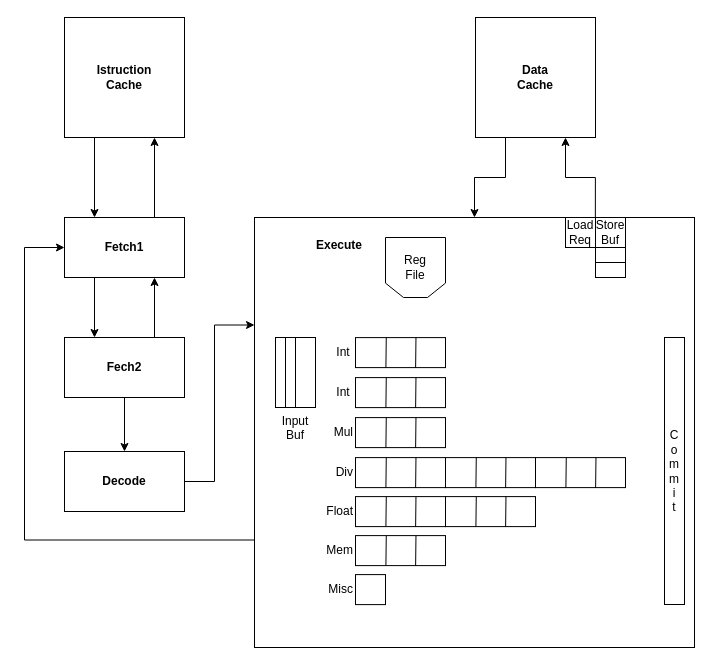
Earlier version of the draw.io diagram Diagrammi/MinorArmIntOp.drawio (The90Frank/MinorArmAnalyzer). Source tidied: cells renumbered, new cells numbered last; positions are measured from the earlier drawing's top-left corner, leaving out a move shared by most shapes. Both pictures are drawn from the tidied source at 100%, with x=0, y=0 at pixel (24, 17).
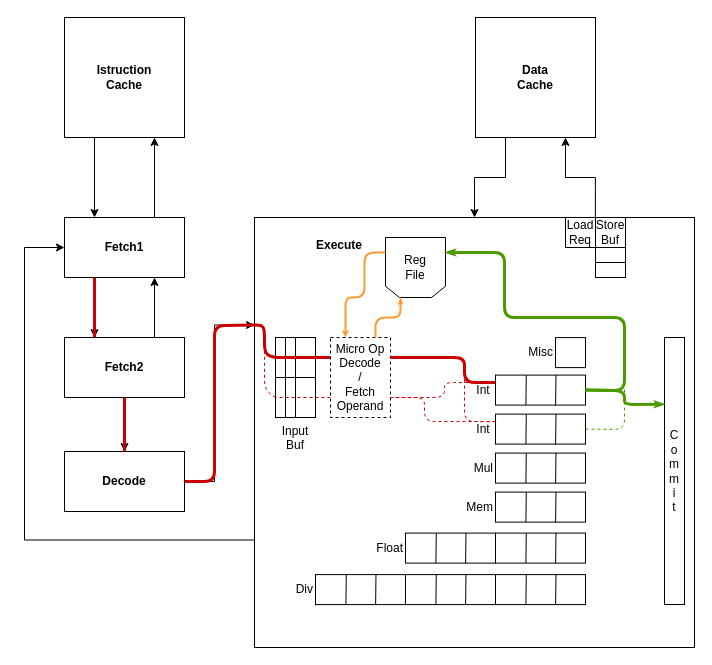
The same page after the edit.

Unchanged cells that the change refers to:
```xml
<mxCell id="11" value="&lt;span&gt;Decode&lt;/span&gt;" style="rounded=0;whiteSpace=wrap;html=1;fontStyle=1;" parent="1" vertex="1">
  <mxGeometry x="40" y="434" width="120" height="60" as="geometry" />
</mxCell>
<mxCell id="14" value="&amp;nbsp; &amp;nbsp; &amp;nbsp; &amp;nbsp; &amp;nbsp; &lt;br&gt;&amp;nbsp; &amp;nbsp; &amp;nbsp; &amp;nbsp; &amp;nbsp; &amp;nbsp; &amp;nbsp; &amp;nbsp; &amp;nbsp; &lt;b&gt;Execute&lt;/b&gt;" style="rounded=0;whiteSpace=wrap;html=1;verticalAlign=top;labelPosition=center;verticalLabelPosition=middle;align=left;" parent="1" vertex="1">
  <mxGeometry x="230" y="200" width="440" height="430" as="geometry" />
</mxCell>
<mxCell id="55" value="C&lt;br&gt;o&lt;br&gt;m&lt;br&gt;m&lt;br&gt;i&lt;br&gt;t" style="rounded=0;whiteSpace=wrap;html=1;align=center;" parent="1" vertex="1">
  <mxGeometry x="640" y="320" width="20" height="267" as="geometry" />
</mxCell>
```

The edit, as a diff of the source:
```diff
@@
-    <mxCell id="9" value="Fech2" style="rounded=0;whiteSpace=wrap;html=1;fontStyle=1;" parent="1" vertex="1">
+    <mxCell id="9" value="Fetch2" style="rounded=0;whiteSpace=wrap;html=1;fontStyle=1;" parent="1" vertex="1">
       <mxGeometry x="40" y="320" width="120" height="60" as="geometry" />
     </mxCell>
@@
-    <mxCell id="17" value="Int&amp;nbsp;" style="rounded=0;whiteSpace=wrap;html=1;align=right;labelPosition=left;verticalLabelPosition=middle;verticalAlign=middle;" parent="1" vertex="1">
-      <mxGeometry x="331" y="320.1" width="90" height="30" as="geometry" />
-    </mxCell>
-    <mxCell id="18" style="endArrow=none;html=1;exitX=0.338;exitY=0.997;exitDx=0;exitDy=0;exitPerimeter=0;entryX=0.342;entryY=0.003;entryDx=0;entryDy=0;entryPerimeter=0;" parent="1" edge="1" source="17" target="17">
-      <mxGeometry relative="1" as="geometry" />
-    </mxCell>
-    <mxCell id="19" style="endArrow=none;html=1;exitX=0.668;exitY=1.01;exitDx=0;exitDy=0;exitPerimeter=0;entryX=0.672;entryY=-0.003;entryDx=0;entryDy=0;entryPerimeter=0;" parent="1" edge="1" source="17" target="17">
-      <mxGeometry relative="1" as="geometry" />
-    </mxCell>
     <mxCell id="20" value="Int&amp;nbsp;" style="rounded=0;whiteSpace=wrap;html=1;align=right;labelPosition=left;verticalLabelPosition=middle;verticalAlign=middle;" parent="1" vertex="1">
-      <mxGeometry x="331" y="360.1" width="90" height="30" as="geometry" />
+      <mxGeometry x="471" y="396.6" width="90" height="30" as="geometry" />
     </mxCell>
@@
     <mxCell id="23" value="Mul" style="rounded=0;whiteSpace=wrap;html=1;align=right;labelPosition=left;verticalLabelPosition=middle;verticalAlign=middle;" parent="1" vertex="1">
-      <mxGeometry x="331" y="400.1" width="90" height="30" as="geometry" />
+      <mxGeometry x="471" y="435.6" width="90" height="30" as="geometry" />
     </mxCell>
@@
     <mxCell id="26" value="Div" style="rounded=0;whiteSpace=wrap;html=1;align=right;labelPosition=left;verticalLabelPosition=middle;verticalAlign=middle;" parent="1" vertex="1">
-      <mxGeometry x="331" y="440.1" width="90" height="30" as="geometry" />
+      <mxGeometry x="291" y="557.1" width="90" height="30" as="geometry" />
     </mxCell>
@@
     <mxCell id="29" style="rounded=0;whiteSpace=wrap;html=1;align=right;labelPosition=left;verticalLabelPosition=middle;verticalAlign=middle;" parent="1" vertex="1">
-      <mxGeometry x="421" y="440.1" width="90" height="30" as="geometry" />
+      <mxGeometry x="381" y="557.1" width="90" height="30" as="geometry" />
     </mxCell>
@@
     <mxCell id="32" style="rounded=0;whiteSpace=wrap;html=1;align=right;labelPosition=left;verticalLabelPosition=middle;verticalAlign=middle;" parent="1" vertex="1">
-      <mxGeometry x="511" y="440.1" width="90" height="30" as="geometry" />
+      <mxGeometry x="471" y="557.1" width="90" height="30" as="geometry" />
     </mxCell>
@@
     <mxCell id="35" value="Float" style="rounded=0;whiteSpace=wrap;html=1;align=right;labelPosition=left;verticalLabelPosition=middle;verticalAlign=middle;" parent="1" vertex="1">
-      <mxGeometry x="331" y="479.1" width="90" height="30" as="geometry" />
+      <mxGeometry x="381" y="515.6" width="90" height="30" as="geometry" />
     </mxCell>
@@
     <mxCell id="38" style="rounded=0;whiteSpace=wrap;html=1;align=right;labelPosition=left;verticalLabelPosition=middle;verticalAlign=middle;" parent="1" vertex="1">
-      <mxGeometry x="421" y="479.1" width="90" height="30" as="geometry" />
+      <mxGeometry x="471" y="515.6" width="90" height="30" as="geometry" />
     </mxCell>
@@
     <mxCell id="41" value="Mem" style="rounded=0;whiteSpace=wrap;html=1;align=right;labelPosition=left;verticalLabelPosition=middle;verticalAlign=middle;" parent="1" vertex="1">
-      <mxGeometry x="331" y="518.1" width="90" height="30" as="geometry" />
+      <mxGeometry x="471" y="474.6" width="90" height="30" as="geometry" />
     </mxCell>
@@
     <mxCell id="44" value="Misc" style="rounded=0;whiteSpace=wrap;html=1;align=right;labelPosition=left;verticalLabelPosition=middle;verticalAlign=middle;" parent="1" vertex="1">
-      <mxGeometry x="331" y="557.1" width="30" height="30" as="geometry" />
+      <mxGeometry x="531" y="320.1" width="30" height="30" as="geometry" />
     </mxCell>
@@
     <mxCell id="50" value="Input Buf" style="rounded=0;whiteSpace=wrap;html=1;align=center;labelPosition=center;verticalLabelPosition=bottom;verticalAlign=top;" parent="1" vertex="1">
-      <mxGeometry x="251" y="320" width="40" height="70" as="geometry" />
+      <mxGeometry x="251" y="320" width="40" height="80" as="geometry" />
     </mxCell>
@@
-    <mxCell id="53" style="shape=loopLimit;whiteSpace=wrap;html=1;align=left;rotation=180;size=18;" parent="1" vertex="1">
+    <mxCell id="53" style="shape=loopLimit;whiteSpace=wrap;html=1;align=left;rotation=180;size=14;" parent="1" vertex="1">
       <mxGeometry x="361" y="220" width="60" height="60" as="geometry" />
     </mxCell>
@@
+    <mxCell id="56" style="endArrow=none;html=1;strokeColor=#CC0000;strokeWidth=3;exitX=0.25;exitY=0;exitDx=0;exitDy=0;" parent="1" edge="1" source="9">
+      <mxGeometry relative="1" as="geometry">
+        <mxPoint x="70" y="260" as="targetPoint" />
+      </mxGeometry>
+    </mxCell>
+    <mxCell id="57" style="endArrow=none;html=1;strokeColor=#CC0000;strokeWidth=3;entryX=0.5;entryY=1;entryDx=0;entryDy=0;exitX=0.5;exitY=0;exitDx=0;exitDy=0;" parent="1" edge="1" source="11" target="9">
+      <mxGeometry relative="1" as="geometry" />
+    </mxCell>
+    <mxCell id="58" style="endArrow=none;html=1;strokeColor=#CC0000;strokeWidth=3;entryX=1;entryY=0.5;entryDx=0;entryDy=0;exitX=0;exitY=0.25;exitDx=0;exitDy=0;" parent="1" edge="1" source="14" target="11">
+      <mxGeometry relative="1" as="geometry">
+        <Array as="points">
+          <mxPoint x="190" y="308" />
+          <mxPoint x="190" y="464" />
+        </Array>
+      </mxGeometry>
+    </mxCell>
+    <mxCell id="59" style="endArrow=none;html=1;strokeColor=#CC0000;strokeWidth=3;entryX=0;entryY=0.25;entryDx=0;entryDy=0;exitX=0;exitY=0.25;exitDx=0;exitDy=0;" parent="1" edge="1" source="50" target="14">
+      <mxGeometry relative="1" as="geometry">
+        <Array as="points">
+          <mxPoint x="240" y="337" />
+          <mxPoint x="240" y="308" />
+        </Array>
+      </mxGeometry>
+    </mxCell>
+    <mxCell id="60" style="endArrow=none;html=1;strokeColor=#CC0000;strokeWidth=3;entryX=0;entryY=0.25;entryDx=0;entryDy=0;exitX=0;exitY=0.25;exitDx=0;exitDy=0;" parent="1" edge="1" source="63" target="50">
+      <mxGeometry relative="1" as="geometry" />
+    </mxCell>
+    <mxCell id="61" style="endArrow=none;dashed=1;html=1;strokeColor=#CC0000;strokeWidth=1;exitX=0;exitY=0.75;exitDx=0;exitDy=0;" parent="1" edge="1" source="50">
+      <mxGeometry relative="1" as="geometry">
+        <mxPoint x="240" y="320" as="targetPoint" />
+        <Array as="points">
+          <mxPoint x="240" y="372" />
+        </Array>
+      </mxGeometry>
+    </mxCell>
+    <mxCell id="62" style="endArrow=none;dashed=1;html=1;strokeColor=#CC0000;strokeWidth=1;exitX=0;exitY=0.75;exitDx=0;exitDy=0;entryX=0;entryY=0.75;entryDx=0;entryDy=0;" parent="1" edge="1" source="63" target="50">
+      <mxGeometry relative="1" as="geometry" />
+    </mxCell>
+    <mxCell id="63" value="Micro Op&lt;br&gt;Decode&lt;br&gt;/&lt;br&gt;Fetch&lt;br&gt;Operand" style="rounded=0;whiteSpace=wrap;html=1;dashed=1;" parent="1" vertex="1">
+      <mxGeometry x="306" y="320" width="60" height="80" as="geometry" />
+    </mxCell>
+    <mxCell id="64" style="endArrow=classicThin;html=1;strokeColor=#FF9933;strokeWidth=2;exitX=0.75;exitY=0;exitDx=0;exitDy=0;entryX=0.75;entryY=0;entryDx=0;entryDy=0;endSize=1;endFill=1;" parent="1" edge="1" source="63" target="53">
+      <mxGeometry relative="1" as="geometry">
+        <Array as="points">
+          <mxPoint x="351" y="300" />
+          <mxPoint x="376" y="300" />
+        </Array>
+      </mxGeometry>
+    </mxCell>
+    <mxCell id="65" style="endArrow=classic;html=1;strokeColor=#FF9933;strokeWidth=2;endSize=1;entryX=0.25;entryY=0;entryDx=0;entryDy=0;exitX=1;exitY=0.75;exitDx=0;exitDy=0;" parent="1" edge="1" source="53" target="63">
+      <mxGeometry relative="1" as="geometry">
+        <Array as="points">
+          <mxPoint x="340" y="235" />
+          <mxPoint x="340" y="280" />
+          <mxPoint x="321" y="280" />
+        </Array>
+      </mxGeometry>
+    </mxCell>
+    <mxCell id="66" style="endArrow=none;html=1;strokeColor=#CC0000;strokeWidth=3;entryX=1;entryY=0.25;entryDx=0;entryDy=0;exitX=0;exitY=0.25;exitDx=0;exitDy=0;endSize=6;endFill=0;startArrow=none;startFill=0;startSize=1;" parent="1" edge="1" source="17" target="63">
+      <mxGeometry relative="1" as="geometry">
+        <Array as="points">
+          <mxPoint x="440" y="365" />
+          <mxPoint x="440" y="340" />
+        </Array>
+      </mxGeometry>
+    </mxCell>
+    <mxCell id="17" value="Int&amp;nbsp;" style="rounded=0;whiteSpace=wrap;html=1;align=right;labelPosition=left;verticalLabelPosition=middle;verticalAlign=middle;" parent="1" vertex="1">
+      <mxGeometry x="471" y="357.6" width="90" height="30" as="geometry" />
+    </mxCell>
+    <mxCell id="18" style="endArrow=none;html=1;exitX=0.338;exitY=0.997;exitDx=0;exitDy=0;exitPerimeter=0;entryX=0.342;entryY=0.003;entryDx=0;entryDy=0;entryPerimeter=0;" parent="1" edge="1" source="17" target="17">
+      <mxGeometry relative="1" as="geometry" />
+    </mxCell>
+    <mxCell id="19" style="endArrow=none;html=1;exitX=0.668;exitY=1.01;exitDx=0;exitDy=0;exitPerimeter=0;entryX=0.672;entryY=-0.003;entryDx=0;entryDy=0;entryPerimeter=0;" parent="1" edge="1" source="17" target="17">
+      <mxGeometry relative="1" as="geometry" />
+    </mxCell>
+    <mxCell id="67" style="endArrow=none;dashed=1;html=1;strokeColor=#CC0000;strokeWidth=1;entryX=1;entryY=0.75;entryDx=0;entryDy=0;exitX=0;exitY=0.25;exitDx=0;exitDy=0;" parent="1" edge="1" source="20" target="63">
+      <mxGeometry relative="1" as="geometry">
+        <Array as="points">
+          <mxPoint x="400" y="404" />
+          <mxPoint x="400" y="380" />
+        </Array>
+      </mxGeometry>
+    </mxCell>
+    <mxCell id="68" style="endArrow=none;dashed=1;html=1;strokeColor=#CC0000;strokeWidth=1;entryX=0;entryY=0.25;entryDx=0;entryDy=0;exitX=1;exitY=0.75;exitDx=0;exitDy=0;" parent="1" edge="1" source="63" target="17">
+      <mxGeometry relative="1" as="geometry">
+        <Array as="points">
+          <mxPoint x="420" y="380" />
+          <mxPoint x="420" y="365" />
+        </Array>
+      </mxGeometry>
+    </mxCell>
+    <mxCell id="69" style="endArrow=none;dashed=1;html=1;strokeColor=#CC0000;strokeWidth=1;entryX=1;entryY=0.25;entryDx=0;entryDy=0;exitX=0;exitY=0.25;exitDx=0;exitDy=0;" parent="1" edge="1" source="20" target="63">
+      <mxGeometry relative="1" as="geometry">
+        <Array as="points">
+          <mxPoint x="440" y="404" />
+          <mxPoint x="440" y="340" />
+        </Array>
+      </mxGeometry>
+    </mxCell>
+    <mxCell id="70" style="endArrow=classicThin;html=1;strokeColor=#4D9900;strokeWidth=3;endSize=1;startSize=1;endFill=1;entryX=0;entryY=0.75;entryDx=0;entryDy=0;exitX=1;exitY=0.5;exitDx=0;exitDy=0;" parent="1" edge="1" source="17" target="53">
+      <mxGeometry relative="1" as="geometry">
+        <Array as="points">
+          <mxPoint x="600" y="373" />
+          <mxPoint x="600" y="300" />
+          <mxPoint x="480" y="300" />
+          <mxPoint x="480" y="235" />
+        </Array>
+      </mxGeometry>
+    </mxCell>
+    <mxCell id="71" style="endArrow=classicThin;html=1;strokeColor=#4D9900;strokeWidth=3;endFill=1;startSize=4;endSize=1;entryX=0;entryY=0.25;entryDx=0;entryDy=0;exitX=1;exitY=0.5;exitDx=0;exitDy=0;" parent="1" edge="1" source="17" target="55">
+      <mxGeometry relative="1" as="geometry">
+        <Array as="points">
+          <mxPoint x="600" y="373" />
+          <mxPoint x="600" y="387" />
+        </Array>
+      </mxGeometry>
+    </mxCell>
+    <mxCell id="72" style="endArrow=none;dashed=1;html=1;strokeColor=#4D9900;strokeWidth=1;endFill=0;startSize=4;endSize=3;exitX=1;exitY=0.5;exitDx=0;exitDy=0;" parent="1" edge="1" source="20">
+      <mxGeometry relative="1" as="geometry">
+        <mxPoint x="600" y="370" as="targetPoint" />
+        <Array as="points">
+          <mxPoint x="600" y="412" />
+        </Array>
+      </mxGeometry>
+    </mxCell>
+    <mxCell id="73" style="endArrow=none;html=1;strokeColor=#000000;strokeWidth=1;entryX=1;entryY=0.5;entryDx=0;entryDy=0;exitX=0;exitY=0.5;exitDx=0;exitDy=0;" parent="1" edge="1" source="50" target="50">
+      <mxGeometry relative="1" as="geometry" />
+    </mxCell>
```
